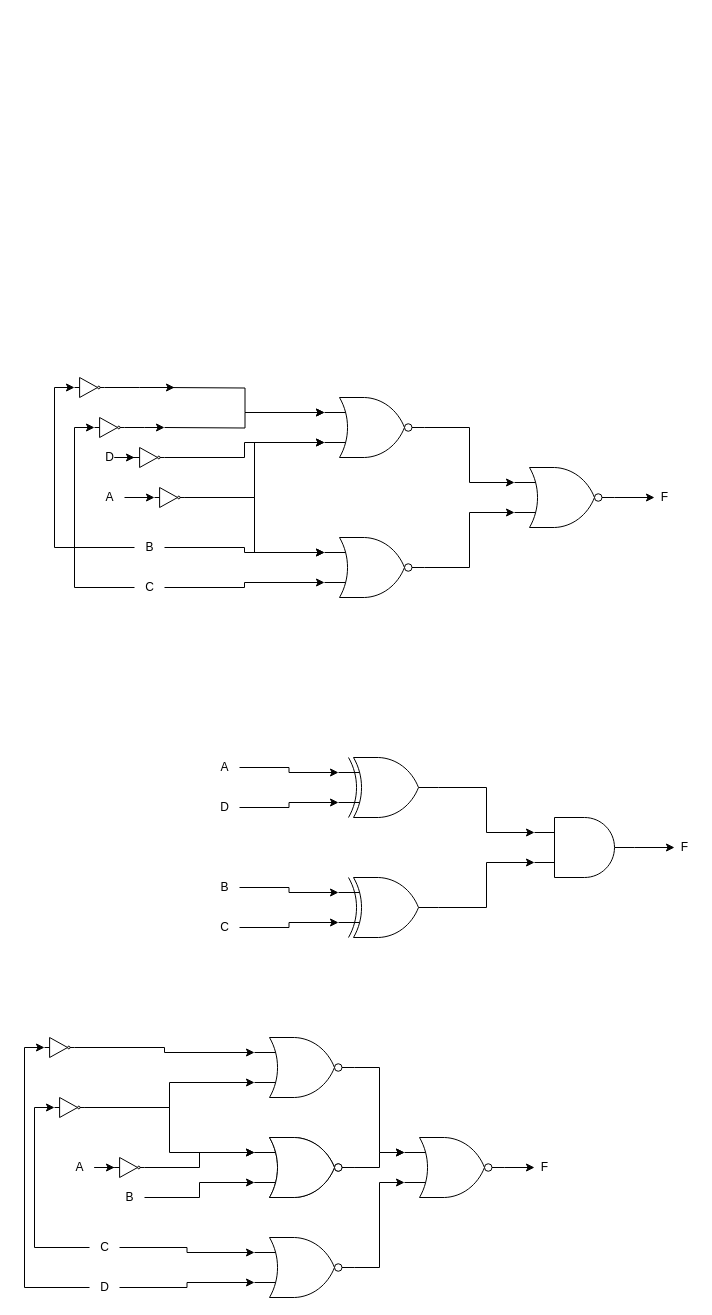
Above: Untitled Diagram.drawio in Dexter-Huang/-demo (draw.io), before the change. Source tidied: cells renumbered, new cells numbered last; positions are measured from the earlier drawing's top-left corner, leaving out a move shared by most shapes. Both pictures are drawn from the tidied source at 100%, with x=0, y=0 at pixel (44, 377).
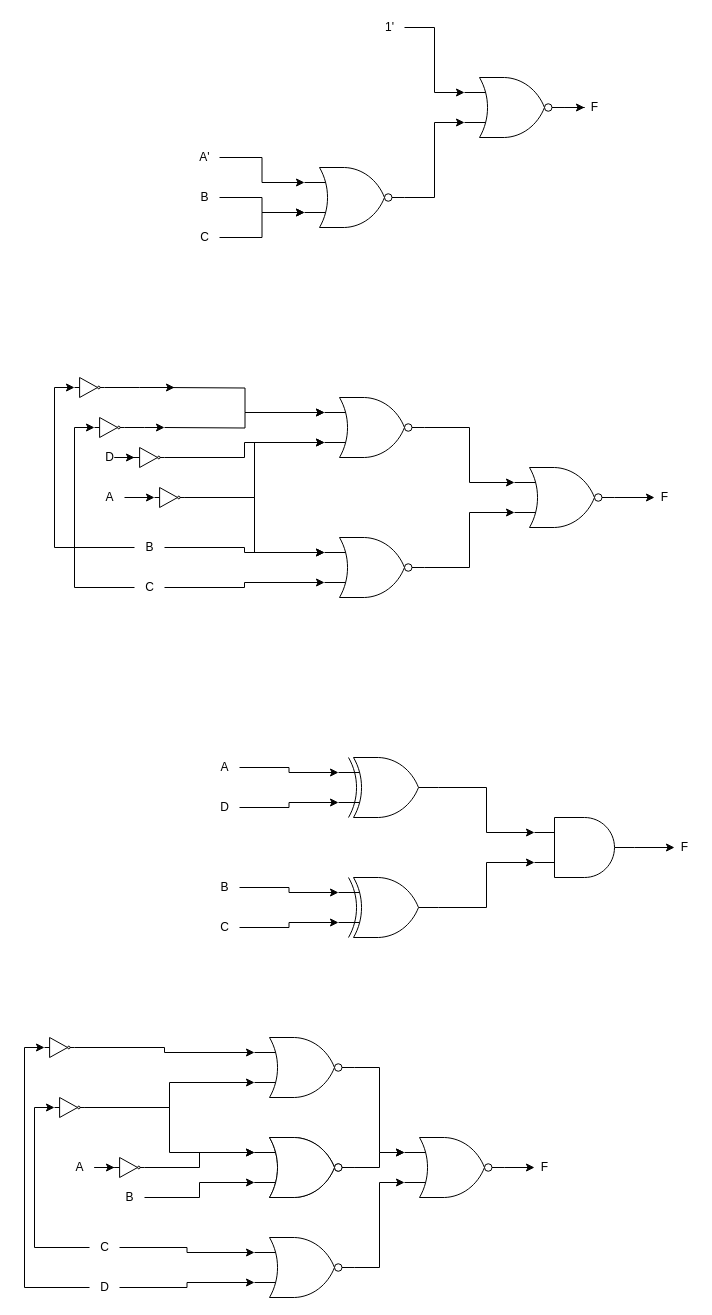
Above is the later version.

Diff of the diagram source:
```diff
@@
+    <mxCell id="72" style="edgeStyle=orthogonalEdgeStyle;rounded=0;jettySize=auto;html=1;" parent="1" edge="1" source="73" target="84">
+      <mxGeometry relative="1" as="geometry" />
+    </mxCell>
+    <mxCell id="73" style="verticalLabelPosition=bottom;shadow=0;dashed=0;align=center;html=1;verticalAlign=top;shape=mxgraph.electrical.logic_gates.logic_gate;operation=or;negating=1;negSize=0.15;" parent="1" vertex="1">
+      <mxGeometry x="420" y="-300" width="100" height="60" as="geometry" />
+    </mxCell>
+    <mxCell id="74" style="edgeStyle=orthogonalEdgeStyle;rounded=0;jettySize=auto;html=1;entryX=0;entryY=0.75;entryDx=0;entryDy=0;entryPerimeter=0;" parent="1" edge="1" source="75" target="73">
+      <mxGeometry relative="1" as="geometry" />
+    </mxCell>
+    <mxCell id="75" style="verticalLabelPosition=bottom;shadow=0;dashed=0;align=center;html=1;verticalAlign=top;shape=mxgraph.electrical.logic_gates.logic_gate;operation=or;negating=1;negSize=0.15;" parent="1" vertex="1">
+      <mxGeometry x="260" y="-210" width="100" height="60" as="geometry" />
+    </mxCell>
+    <mxCell id="76" style="edgeStyle=orthogonalEdgeStyle;rounded=0;jettySize=auto;html=1;entryX=0;entryY=0.25;entryDx=0;entryDy=0;entryPerimeter=0;" parent="1" edge="1" source="77" target="75">
+      <mxGeometry relative="1" as="geometry" />
+    </mxCell>
+    <mxCell id="77" value="A'" style="text;html=1;align=center;verticalAlign=middle;points=[];strokeColor=none;fillColor=none;" parent="1" vertex="1">
+      <mxGeometry x="145" y="-230" width="30" height="20" as="geometry" />
+    </mxCell>
+    <mxCell id="78" style="edgeStyle=orthogonalEdgeStyle;rounded=0;jettySize=auto;html=1;entryX=0;entryY=0.75;entryDx=0;entryDy=0;entryPerimeter=0;" parent="1" edge="1" source="79" target="75">
+      <mxGeometry relative="1" as="geometry" />
+    </mxCell>
+    <mxCell id="79" value="B" style="text;html=1;align=center;verticalAlign=middle;points=[];strokeColor=none;fillColor=none;" parent="1" vertex="1">
+      <mxGeometry x="145" y="-190" width="30" height="20" as="geometry" />
+    </mxCell>
+    <mxCell id="80" style="edgeStyle=orthogonalEdgeStyle;rounded=0;jettySize=auto;html=1;entryX=0;entryY=0.75;entryDx=0;entryDy=0;entryPerimeter=0;" parent="1" edge="1" source="81" target="75">
+      <mxGeometry relative="1" as="geometry" />
+    </mxCell>
+    <mxCell id="81" value="C" style="text;html=1;align=center;verticalAlign=middle;points=[];strokeColor=none;fillColor=none;" parent="1" vertex="1">
+      <mxGeometry x="145" y="-150" width="30" height="20" as="geometry" />
+    </mxCell>
+    <mxCell id="82" style="edgeStyle=orthogonalEdgeStyle;rounded=0;jettySize=auto;html=1;entryX=0;entryY=0.25;entryDx=0;entryDy=0;entryPerimeter=0;" parent="1" edge="1" source="83" target="73">
+      <mxGeometry relative="1" as="geometry" />
+    </mxCell>
+    <mxCell id="83" value="1'" style="text;html=1;align=center;verticalAlign=middle;points=[];strokeColor=none;fillColor=none;" parent="1" vertex="1">
+      <mxGeometry x="330" y="-360" width="30" height="20" as="geometry" />
+    </mxCell>
+    <mxCell id="84" value="F" style="text;html=1;align=center;verticalAlign=middle;points=[];strokeColor=none;fillColor=none;" parent="1" vertex="1">
+      <mxGeometry x="540" y="-280" width="20" height="20" as="geometry" />
+    </mxCell>
```
